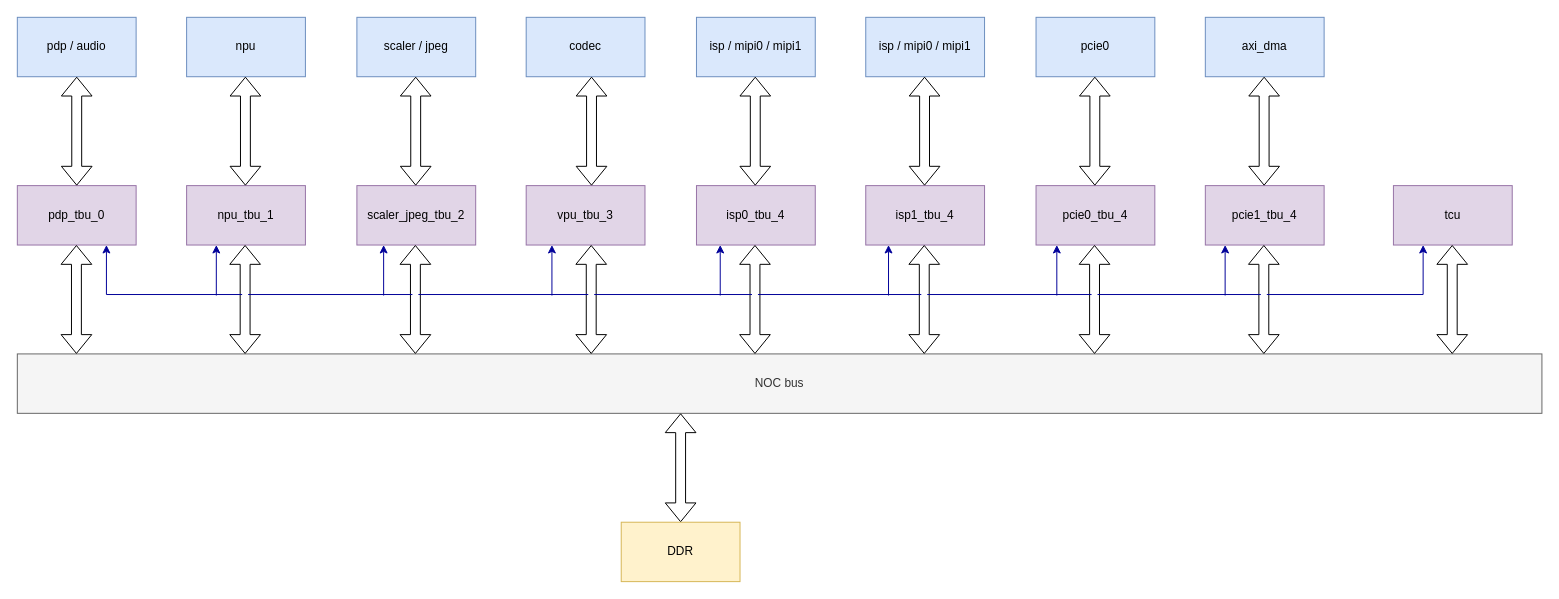
The draw.io diagram structure/gp2 smmu.drawio in x-cw/smmu, before the edit. Source tidied: cells renumbered, new cells numbered last; positions are measured from the earlier drawing's top-left corner, leaving out a move shared by most shapes. Both pictures are drawn from the tidied source at 99%, with x=0, y=0 at pixel (17, 17).
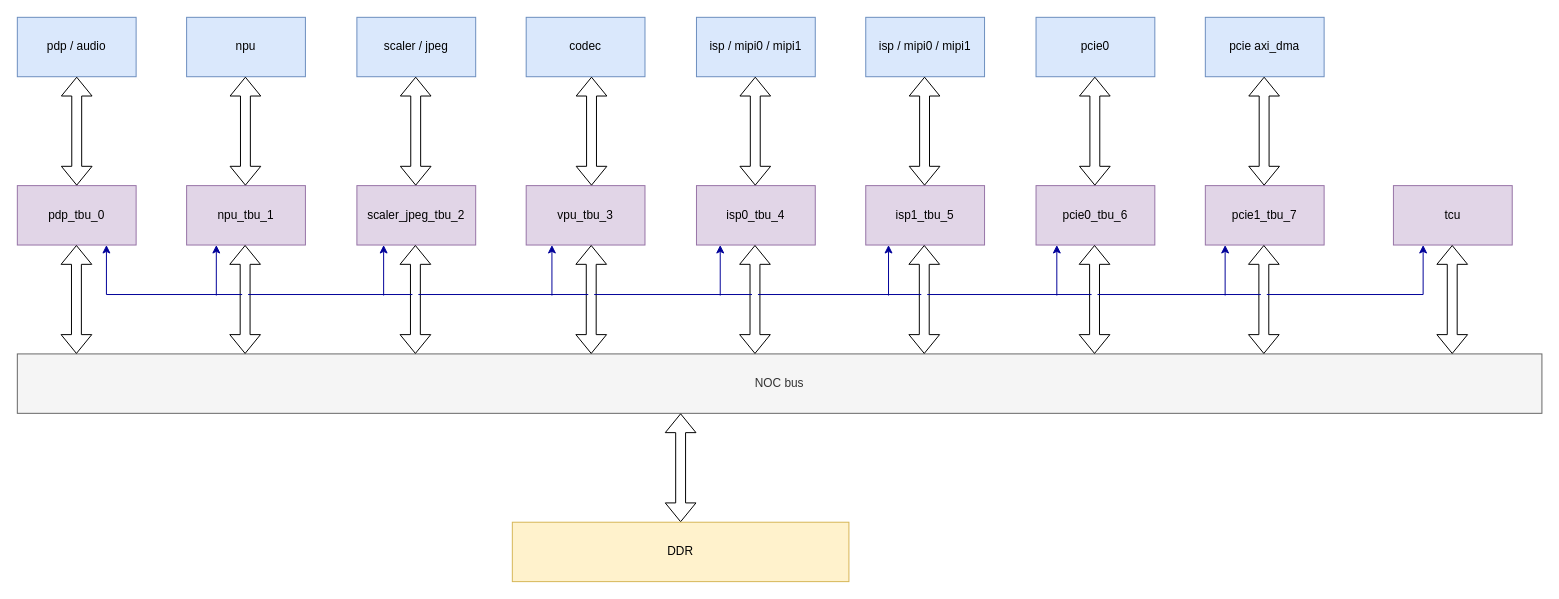
The same page after the edit.

Diff of the diagram source:
```diff
@@
-    <mxCell id="7" value="isp1_tbu_4" style="rounded=0;whiteSpace=wrap;html=1;fillColor=#e1d5e7;strokeColor=#9673a6;" parent="1" vertex="1">
+    <mxCell id="7" value="isp1_tbu_5" style="rounded=0;whiteSpace=wrap;html=1;fillColor=#e1d5e7;strokeColor=#9673a6;" parent="1" vertex="1">
       <mxGeometry x="857" y="170" width="120" height="60" as="geometry" />
     </mxCell>
-    <mxCell id="8" value="pcie0_tbu_4" style="rounded=0;whiteSpace=wrap;html=1;fillColor=#e1d5e7;strokeColor=#9673a6;" parent="1" vertex="1">
+    <mxCell id="8" value="pcie0_tbu_6" style="rounded=0;whiteSpace=wrap;html=1;fillColor=#e1d5e7;strokeColor=#9673a6;" parent="1" vertex="1">
       <mxGeometry x="1029" y="170" width="120" height="60" as="geometry" />
     </mxCell>
-    <mxCell id="9" value="pcie1_tbu_4" style="rounded=0;whiteSpace=wrap;html=1;fillColor=#e1d5e7;strokeColor=#9673a6;" parent="1" vertex="1">
+    <mxCell id="9" value="pcie1_tbu_7" style="rounded=0;whiteSpace=wrap;html=1;fillColor=#e1d5e7;strokeColor=#9673a6;" parent="1" vertex="1">
       <mxGeometry x="1200" y="170" width="120" height="60" as="geometry" />
     </mxCell>
@@
-    <mxCell id="17" value="axi_dma" style="rounded=0;whiteSpace=wrap;html=1;fillColor=#dae8fc;strokeColor=#6c8ebf;" parent="1" vertex="1">
+    <mxCell id="17" value="pcie axi_dma" style="rounded=0;whiteSpace=wrap;html=1;fillColor=#dae8fc;strokeColor=#6c8ebf;" parent="1" vertex="1">
       <mxGeometry x="1200" width="120" height="60" as="geometry" />
     </mxCell>
@@
     <mxCell id="36" value="DDR" style="rounded=0;whiteSpace=wrap;html=1;fillColor=#fff2cc;strokeColor=#d6b656;" parent="1" vertex="1">
-      <mxGeometry x="610" y="510" width="120" height="60" as="geometry" />
+      <mxGeometry x="500" y="510" width="340" height="60" as="geometry" />
     </mxCell>
```
